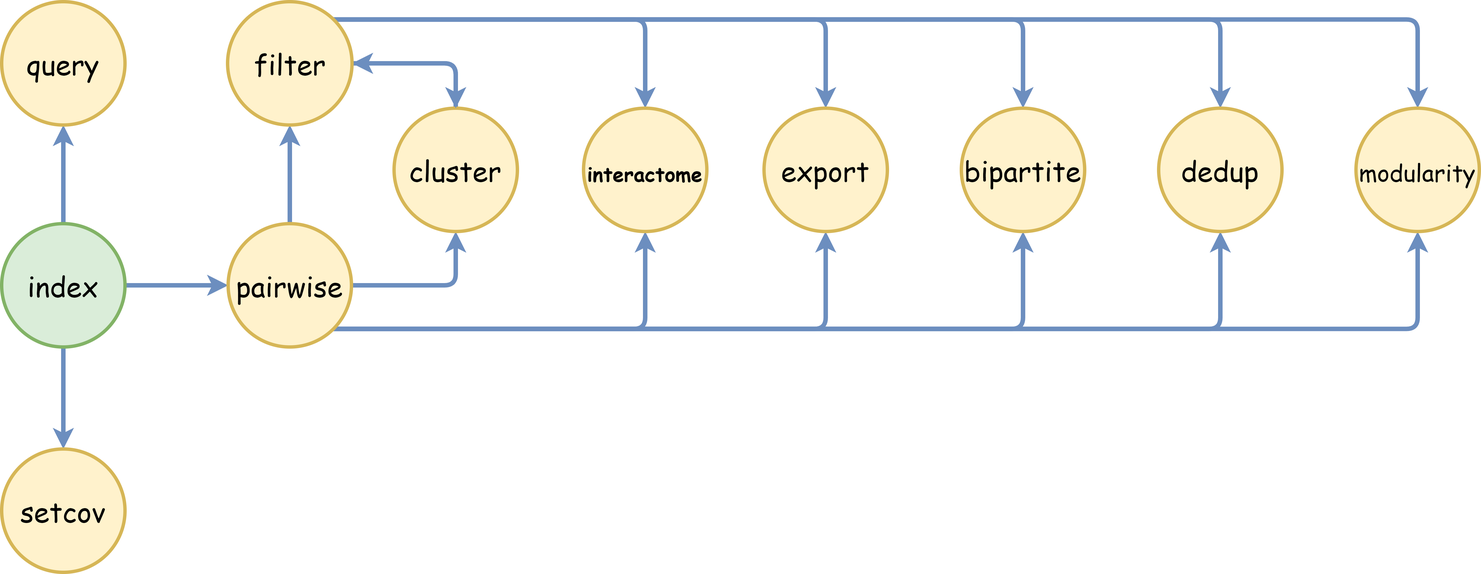
This is docs/docs/usage/dbretina_chain.png from DBRetina/DBRetina, a draw.io export, as it was before one commit. Source tidied: cells renumbered, new cells last; positions are measured from the earlier drawing's top-left corner, leaving out a move shared by most shapes.
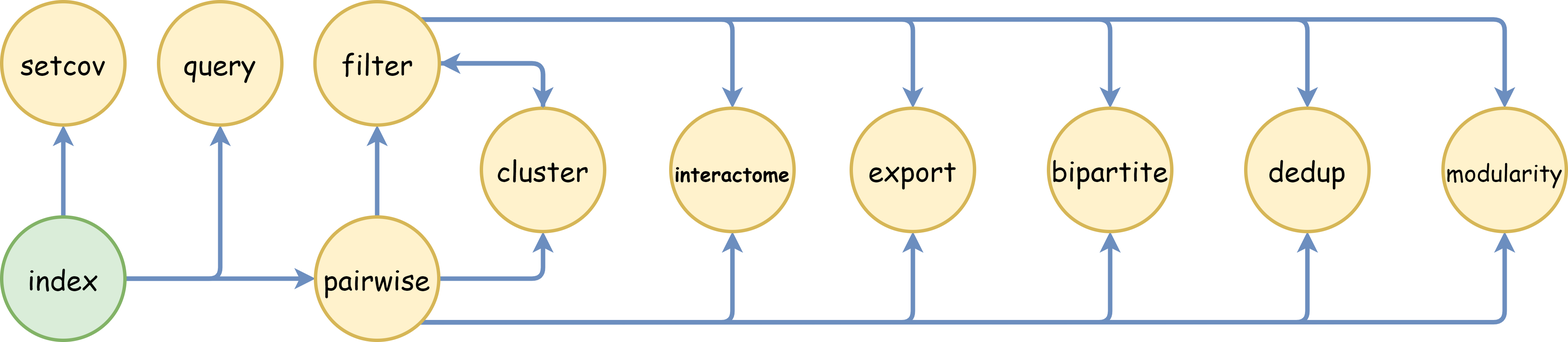
Above is the later version.

Commit message:
update DBRetina's chain

Diff of the diagram source:
```diff
@@ -8,11 +8,11 @@
     <mxCell id="3" style="edgeStyle=orthogonalEdgeStyle;shape=connector;rounded=1;jettySize=auto;html=1;labelBackgroundColor=none;strokeColor=#6c8ebf;strokeWidth=4;fontFamily=Comic Sans MS;fontSize=38;fontColor=default;endArrow=classic;fillColor=#dae8fc;" parent="1" edge="1" source="5" target="24">
       <mxGeometry relative="1" as="geometry" />
     </mxCell>
-    <mxCell id="4" style="edgeStyle=orthogonalEdgeStyle;shape=connector;rounded=1;jettySize=auto;html=1;labelBackgroundColor=none;strokeColor=#6c8ebf;strokeWidth=4;fontFamily=Comic Sans MS;fontSize=38;fontColor=default;endArrow=classic;fillColor=#dae8fc;" parent="1" edge="1" source="5" target="29">
+    <mxCell id="4" style="edgeStyle=orthogonalEdgeStyle;shape=connector;rounded=1;jettySize=auto;html=1;exitX=0.5;exitY=0;exitDx=0;exitDy=0;entryX=0.5;entryY=1;entryDx=0;entryDy=0;labelBackgroundColor=none;strokeColor=#6c8ebf;strokeWidth=4;fontFamily=Comic Sans MS;fontSize=38;fontColor=default;endArrow=classic;fillColor=#dae8fc;" parent="1" edge="1" source="5" target="29">
       <mxGeometry relative="1" as="geometry" />
     </mxCell>
     <mxCell id="5" value="&lt;font&gt;index&lt;/font&gt;" style="ellipse;whiteSpace=wrap;html=1;strokeWidth=3;fontSize=25;rounded=1;labelBackgroundColor=none;fillColor=#DAEDD9;strokeColor=#82b366;fontFamily=Comic Sans MS;fontStyle=0;" parent="1" vertex="1">
-      <mxGeometry y="198" width="110" height="110" as="geometry" />
+      <mxGeometry x="-78" y="192" width="110" height="110" as="geometry" />
     </mxCell>
     <mxCell id="6" style="edgeStyle=orthogonalEdgeStyle;shape=connector;rounded=1;jettySize=auto;html=1;labelBackgroundColor=none;strokeColor=#6c8ebf;strokeWidth=4;fontFamily=Comic Sans MS;fontSize=38;fontColor=default;endArrow=classic;fillColor=#dae8fc;" parent="1" edge="1" source="13" target="22">
       <mxGeometry relative="1" as="geometry" />
@@ -36,7 +36,7 @@
       <mxGeometry relative="1" as="geometry" />
     </mxCell>
     <mxCell id="13" value="pairwise" style="ellipse;whiteSpace=wrap;html=1;strokeWidth=3;fontSize=25;rounded=1;labelBackgroundColor=none;fillColor=#fff2cc;strokeColor=#d6b656;fontFamily=Comic Sans MS;" parent="1" vertex="1">
-      <mxGeometry x="202" y="198" width="110" height="110" as="geometry" />
+      <mxGeometry x="202" y="192" width="110" height="110" as="geometry" />
     </mxCell>
     <mxCell id="14" style="edgeStyle=orthogonalEdgeStyle;shape=connector;rounded=1;jettySize=auto;html=1;exitX=0.5;exitY=0;exitDx=0;exitDy=0;entryX=1;entryY=0.5;entryDx=0;entryDy=0;labelBackgroundColor=none;strokeColor=#6c8ebf;strokeWidth=4;fontFamily=Comic Sans MS;fontSize=38;fontColor=default;endArrow=classic;fillColor=#dae8fc;" parent="1" edge="1" source="15" target="22">
       <mxGeometry relative="1" as="geometry" />
@@ -69,7 +69,7 @@
       <mxGeometry x="680" y="95" width="110" height="110" as="geometry" />
     </mxCell>
     <mxCell id="24" value="query" style="ellipse;whiteSpace=wrap;html=1;strokeWidth=3;fontSize=25;rounded=1;labelBackgroundColor=none;fillColor=#fff2cc;strokeColor=#d6b656;fontFamily=Comic Sans MS;" parent="1" vertex="1">
-      <mxGeometry width="110" height="110" as="geometry" />
+      <mxGeometry x="62" width="110" height="110" as="geometry" />
     </mxCell>
     <mxCell id="25" value="&lt;font style=&quot;font-size: 18px;&quot;&gt;interactome&lt;/font&gt;" style="ellipse;whiteSpace=wrap;html=1;strokeWidth=3;fontSize=25;rounded=1;labelBackgroundColor=none;fillColor=#fff2cc;strokeColor=#d6b656;fontFamily=Comic Sans MS;fontStyle=1;" parent="1" vertex="1">
       <mxGeometry x="519" y="95" width="110" height="110" as="geometry" />
@@ -84,7 +84,7 @@
       <mxGeometry x="856" y="95" width="110" height="110" as="geometry" />
     </mxCell>
     <mxCell id="29" value="&lt;font&gt;setcov&lt;/font&gt;" style="ellipse;whiteSpace=wrap;html=1;strokeWidth=3;fontSize=25;rounded=1;labelBackgroundColor=none;fillColor=#fff2cc;strokeColor=#d6b656;fontFamily=Comic Sans MS;" parent="1" vertex="1">
-      <mxGeometry y="399" width="110" height="110" as="geometry" />
+      <mxGeometry x="-78" width="110" height="110" as="geometry" />
     </mxCell>
   </root>
 </mxGraphModel>
```
